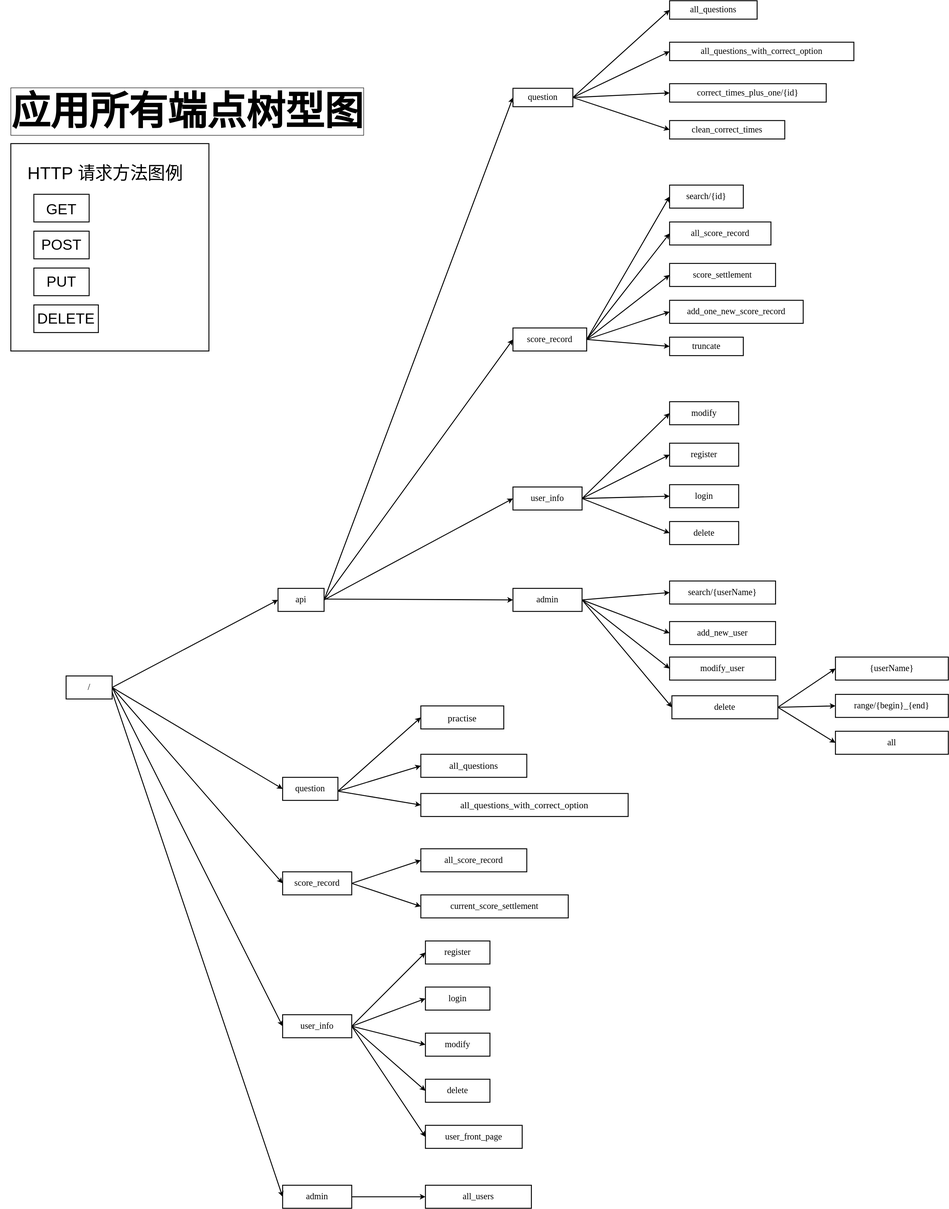
Before: documents/应用所有端点树型图.svg, a diagram exported from draw.io (JesseZ332623/Multiple-choice-question-solver). Source tidied: cells renumbered, new cells last; positions are measured from the earlier drawing's top-left corner, leaving out a move shared by most shapes.
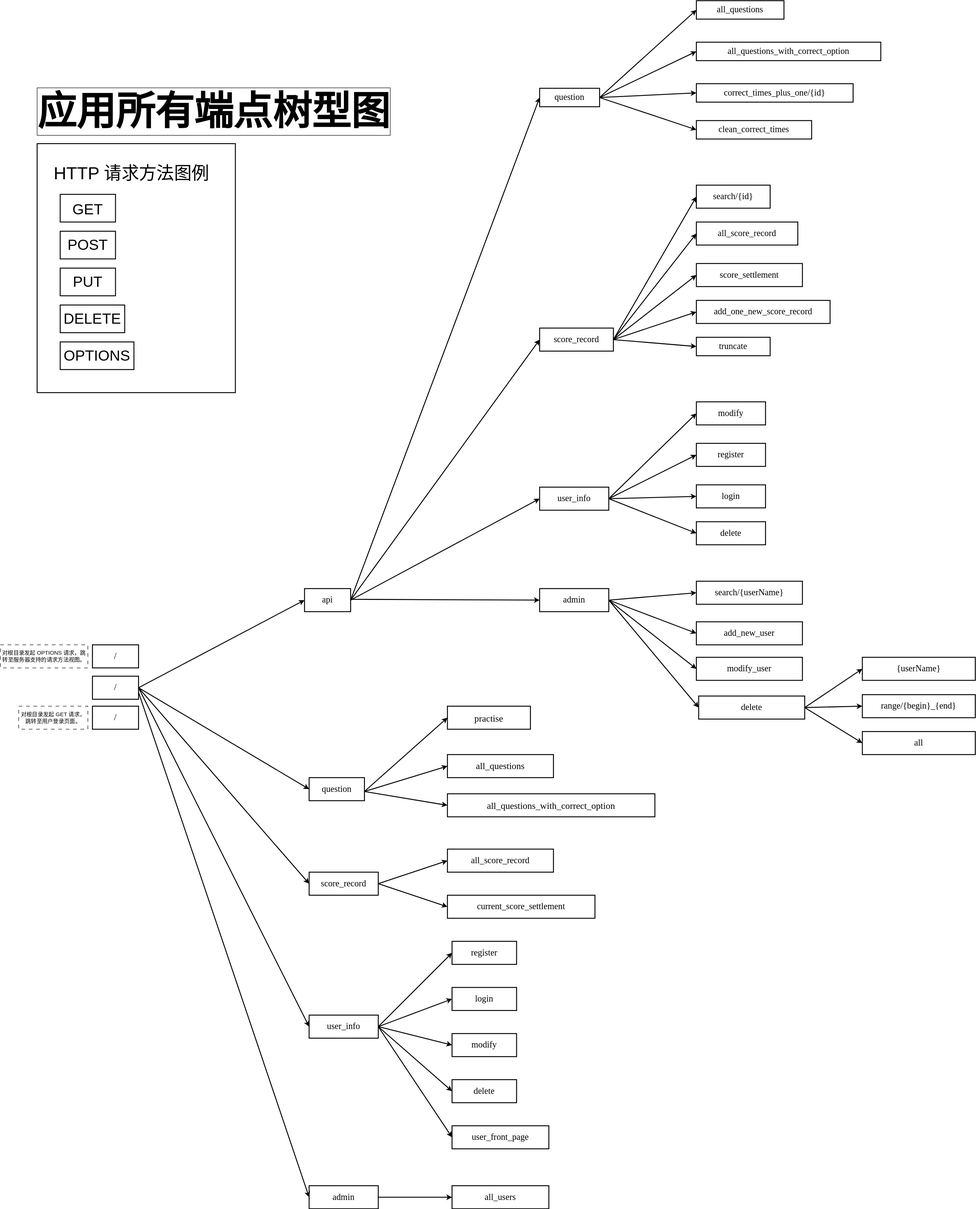
Later version of the same file.

Commit message:
应用所有端点树型图。

Diff of the diagram source:
```diff
@@ -239,7 +239,7 @@
       </mxGeometry>
     </mxCell>
     <mxCell id="76" style="rounded=0;labelBackgroundColor=none;labelBorderColor=none;fontColor=none;noLabel=1;strokeWidth=2;" parent="1" vertex="1">
-      <mxGeometry x="23" y="310" width="430" height="450" as="geometry" />
+      <mxGeometry x="23" y="310" width="430" height="540" as="geometry" />
     </mxCell>
     <mxCell id="77" value="&lt;font style=&quot;font-size: 38px;&quot;&gt;HTTP 请求方法图例&lt;/font&gt;" style="text;html=1;align=center;verticalAlign=middle;whiteSpace=wrap;rounded=0;strokeWidth=2;" parent="1" vertex="1">
       <mxGeometry x="53" y="350" width="350" height="50" as="geometry" />
@@ -257,7 +257,7 @@
       <mxGeometry x="73" y="660" width="140" height="60" as="geometry" />
     </mxCell>
     <mxCell id="82" value="&lt;font style=&quot;color: light-dark(rgb(0, 0, 0), rgb(0, 204, 102));&quot;&gt;all_users&lt;/font&gt;" style="rounded=0;whiteSpace=wrap;html=1;fontFamily=Lucida Console;fontSize=19;fontStyle=0;verticalAlign=middle;textShadow=0;fontColor=light-dark(#000000,#FFFFFF);strokeWidth=2;" parent="1" vertex="1">
-      <mxGeometry x="923" y="2570" width="230" height="50" as="geometry" />
+      <mxGeometry x="923" y="2570" width="210" height="50" as="geometry" />
     </mxCell>
     <mxCell id="83" style="endArrow=classic;html=1;exitX=1;exitY=0.5;exitDx=0;exitDy=0;entryX=0;entryY=0.5;entryDx=0;entryDy=0;strokeWidth=2;" parent="1" edge="1" source="74" target="82">
       <mxGeometry relative="1" as="geometry" />
@@ -280,5 +280,20 @@
     <mxCell id="89" style="endArrow=classic;html=1;exitX=1;exitY=0.5;exitDx=0;exitDy=0;entryX=0;entryY=0.5;entryDx=0;entryDy=0;strokeWidth=2;" parent="1" edge="1" source="43" target="86">
       <mxGeometry relative="1" as="geometry" />
     </mxCell>
+    <mxCell id="90" value="&lt;font style=&quot;font-size: 32px; color: light-dark(rgb(0, 0, 0), rgb(255, 102, 179));&quot;&gt;OPTIONS&lt;/font&gt;" style="rounded=0;whiteSpace=wrap;html=1;strokeWidth=2;" parent="1" vertex="1">
+      <mxGeometry x="73" y="740" width="160" height="60" as="geometry" />
+    </mxCell>
+    <mxCell id="91" value="&lt;font style=&quot;color: light-dark(rgb(0, 0, 0), rgb(255, 102, 179));&quot;&gt;/&lt;/font&gt;" style="rounded=0;whiteSpace=wrap;html=1;fontFamily=Lucida Console;fontSize=19;verticalAlign=middle;textShadow=0;fontColor=light-dark(#000000,#FFFFFF);strokeWidth=2;" parent="1" vertex="1">
+      <mxGeometry x="143" y="1397" width="100" height="50" as="geometry" />
+    </mxCell>
+    <mxCell id="92" value="对根目录发起 &lt;font style=&quot;color: light-dark(rgb(0, 0, 0), rgb(255, 102, 179));&quot;&gt;OPTIONS&lt;/font&gt; 请求，跳转至服务器支持的请求方法视图。" style="text;html=1;align=center;verticalAlign=middle;whiteSpace=wrap;rounded=0;glass=0;strokeWidth=1;strokeColor=default;dashed=1;dashPattern=8 8;" parent="1" vertex="1">
+      <mxGeometry x="-57" y="1397" width="190" height="50" as="geometry" />
+    </mxCell>
+    <mxCell id="93" value="&lt;font style=&quot;color: light-dark(rgb(0, 0, 0), rgb(0, 204, 102));&quot;&gt;/&lt;/font&gt;" style="rounded=0;whiteSpace=wrap;html=1;fontFamily=Lucida Console;fontSize=19;verticalAlign=middle;textShadow=0;fontColor=light-dark(#000000,#FFFFFF);strokeWidth=2;" parent="1" vertex="1">
+      <mxGeometry x="143" y="1530" width="100" height="50" as="geometry" />
+    </mxCell>
+    <mxCell id="94" value="对根目录发起 &lt;font style=&quot;color: light-dark(rgb(0, 0, 0), rgb(0, 204, 102));&quot;&gt;GET&lt;/font&gt; 请求，跳转至用户登录页面。" style="text;html=1;align=center;verticalAlign=middle;whiteSpace=wrap;rounded=0;glass=0;strokeWidth=1;strokeColor=default;dashed=1;dashPattern=8 8;" parent="1" vertex="1">
+      <mxGeometry x="-17" y="1530" width="150" height="50" as="geometry" />
+    </mxCell>
   </root>
 </mxGraphModel>
```
